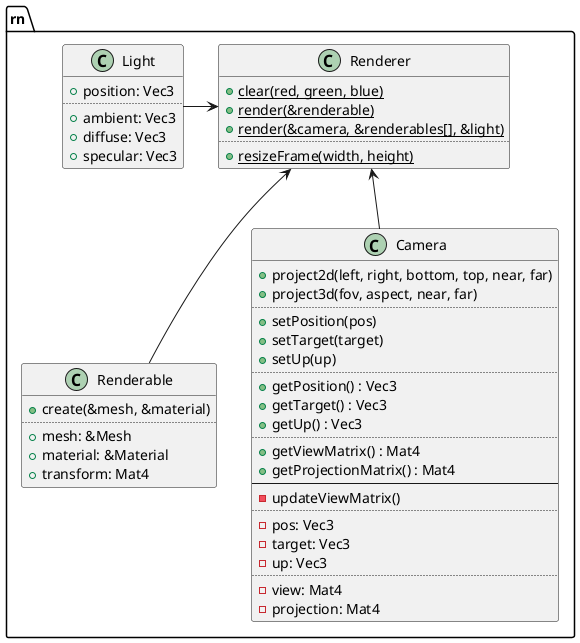
This is design/ren.png from ba6er/marblemaze, a PlantUML export, as it was before one commit.
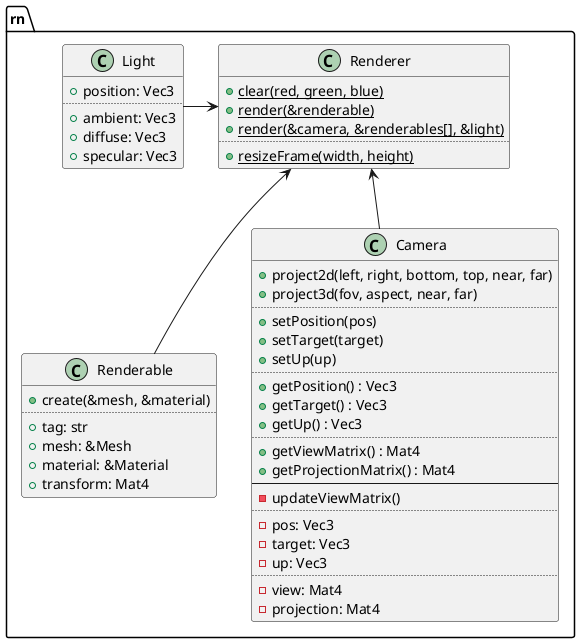
After the commit.

What changed in the source:
```diff
@@ -4,6 +4,7 @@
 class rn::Renderable {
 	+create(&mesh, &material)
 	..
+	+tag: str
 	+mesh: &Mesh
 	+material: &Material
 	+transform: Mat4
```
